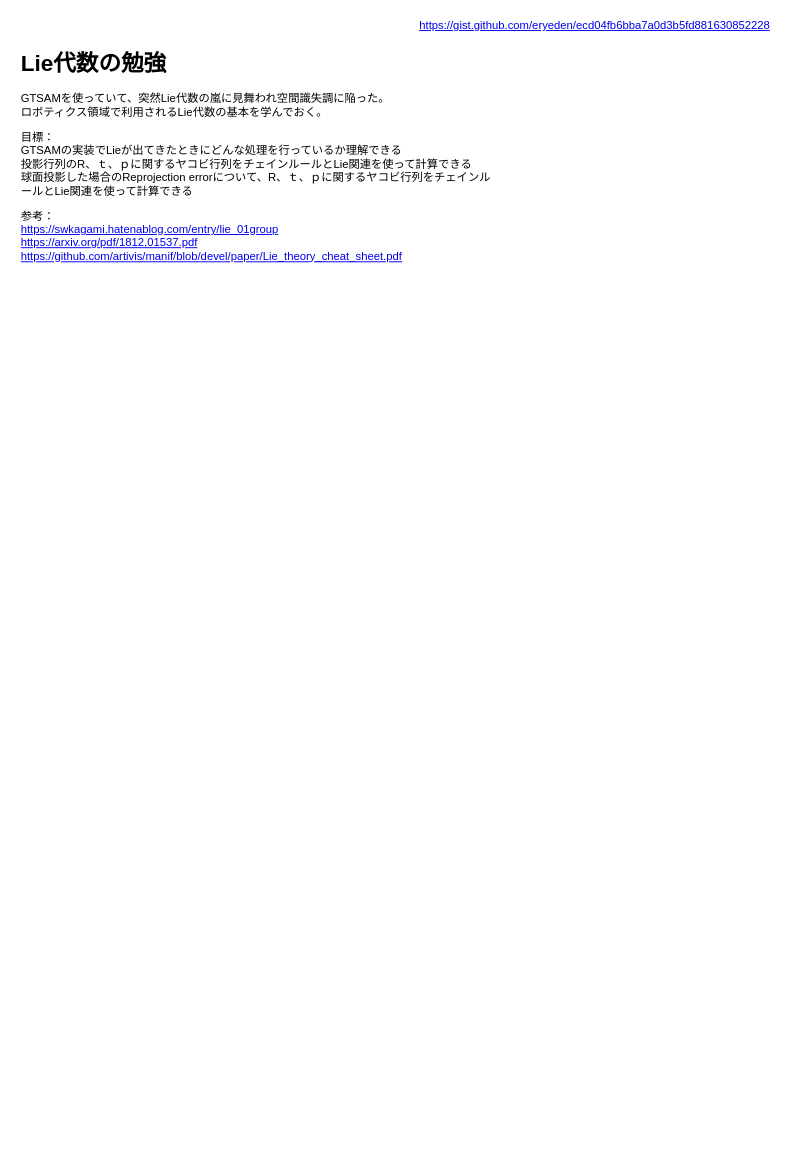
Before: docs/figs/lie.drawio in eryeden/vi-slam, a draw.io diagram. Source tidied: cells renumbered, new cells numbered last; positions are measured from the earlier drawing's top-left corner, leaving out a move shared by most shapes. Both pictures are drawn from the tidied source at 94%, with x=0, y=0 at pixel (16, 16). Pictures stored in the file or linked from it are replaced by grey dashed boxes.
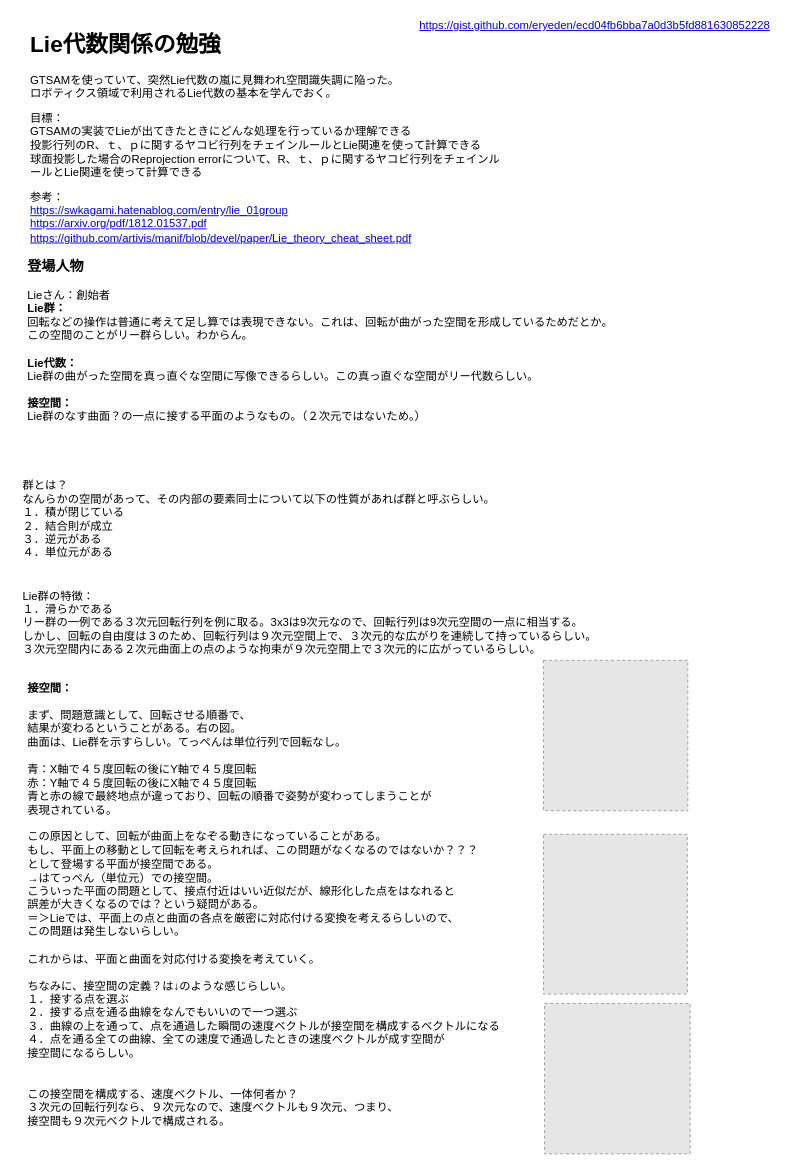
After the change.

Change to the diagram source:
```diff
@@
 <mxGraphModel>
   <root>
     <mxCell id="0" />
     <mxCell id="1" parent="0" />
-    <mxCell id="2" value="&lt;h1&gt;Lie代数の勉強&lt;/h1&gt;&lt;p&gt;GTSAMを使っていて、突然Lie代数の嵐に見舞われ空間識失調に陥った。&lt;br&gt;ロボティクス領域で利用されるLie代数の基本を学んでおく。&lt;/p&gt;&lt;p&gt;目標：&lt;br&gt;GTSAMの実装でLieが出てきたときにどんな処理を行っているか理解できる&lt;br&gt;投影行列のR、ｔ、ｐに関するヤコビ行列をチェインルールとLie関連を使って計算できる&lt;br&gt;球面投影した場合のReprojection errorについて、R、ｔ、ｐに関するヤコビ行列をチェインルールとLie関連を使って計算できる&lt;/p&gt;&lt;p&gt;参考：&lt;br&gt;&lt;a href=&quot;https://swkagami.hatenablog.com/entry/lie_01group&quot;&gt;https://swkagami.hatenablog.com/entry/lie_01group&lt;/a&gt;&lt;br&gt;&lt;a href=&quot;https://arxiv.org/pdf/1812.01537.pdf&quot;&gt;https://arxiv.org/pdf/1812.01537.pdf&lt;/a&gt;&lt;br&gt;&lt;a href=&quot;https://github.com/artivis/manif/blob/devel/paper/Lie_theory_cheat_sheet.pdf&quot;&gt;https://github.com/artivis/manif/blob/devel/paper/Lie_theory_cheat_sheet.pdf&lt;/a&gt;&lt;br&gt;&lt;br&gt;&lt;/p&gt;" style="text;html=1;strokeColor=none;fillColor=none;spacing=5;spacingTop=-20;whiteSpace=wrap;overflow=hidden;rounded=0;" parent="1" vertex="1">
-      <mxGeometry y="30" width="510" height="240" as="geometry" />
+    <mxCell id="2" value="&lt;h1&gt;Lie代数関係の勉強&lt;/h1&gt;&lt;p&gt;GTSAMを使っていて、突然Lie代数の嵐に見舞われ空間識失調に陥った。&lt;br&gt;ロボティクス領域で利用されるLie代数の基本を学んでおく。&lt;/p&gt;&lt;p&gt;目標：&lt;br&gt;GTSAMの実装でLieが出てきたときにどんな処理を行っているか理解できる&lt;br&gt;投影行列のR、ｔ、ｐに関するヤコビ行列をチェインルールとLie関連を使って計算できる&lt;br&gt;球面投影した場合のReprojection errorについて、R、ｔ、ｐに関するヤコビ行列をチェインルールとLie関連を使って計算できる&lt;/p&gt;&lt;p&gt;参考：&lt;br&gt;&lt;a href=&quot;https://swkagami.hatenablog.com/entry/lie_01group&quot;&gt;https://swkagami.hatenablog.com/entry/lie_01group&lt;/a&gt;&lt;br&gt;&lt;a href=&quot;https://arxiv.org/pdf/1812.01537.pdf&quot;&gt;https://arxiv.org/pdf/1812.01537.pdf&lt;/a&gt;&lt;br&gt;&lt;a href=&quot;https://github.com/artivis/manif/blob/devel/paper/Lie_theory_cheat_sheet.pdf&quot;&gt;https://github.com/artivis/manif/blob/devel/paper/Lie_theory_cheat_sheet.pdf&lt;/a&gt;&lt;br&gt;&lt;br&gt;&lt;/p&gt;" style="text;html=1;strokeColor=none;fillColor=none;spacing=5;spacingTop=-20;whiteSpace=wrap;overflow=hidden;rounded=0;" parent="1" vertex="1">
+      <mxGeometry x="10" y="10" width="510" height="240" as="geometry" />
     </mxCell>
     <mxCell id="3" value="&lt;a href=&quot;https://gist.github.com/eryeden/ecd04fb6bba7a0d3b5fd881630852228&quot;&gt;https://gist.github.com/eryeden/ecd04fb6bba7a0d3b5fd881630852228&lt;/a&gt;" style="text;html=1;align=center;verticalAlign=middle;" parent="1" vertex="1">
       <mxGeometry x="420" width="390" height="20" as="geometry" />
     </mxCell>
+    <mxCell id="4" value="&lt;font style=&quot;font-size: 15px&quot;&gt;&lt;b&gt;登場人物&lt;br&gt;&lt;/b&gt;&lt;/font&gt;&lt;br&gt;Lieさん：創始者&lt;br&gt;&lt;b&gt;Lie群：&lt;br&gt;&lt;/b&gt;回転などの操作は普通に考えて足し算では表現できない。これは、回転が曲がった空間を形成しているためだとか。&lt;br&gt;この空間のことがリー群らしい。わからん。&lt;br&gt;&lt;br&gt;&lt;b&gt;Lie代数：&lt;br&gt;&lt;/b&gt;Lie群の曲がった空間を真っ直ぐな空間に写像できるらしい。この真っ直ぐな空間がリー代数らしい。&lt;br&gt;&lt;br&gt;&lt;b&gt;接空間：&lt;br&gt;&lt;/b&gt;Lie群のなす曲面？の一点に接する平面のようなもの。（２次元ではないため。）" style="text;html=1;align=left;verticalAlign=middle;" parent="1" vertex="1">
+      <mxGeometry x="10" y="260" width="640" height="170" as="geometry" />
+    </mxCell>
+    <mxCell id="5" value="群とは？&lt;br&gt;なんらかの空間があって、その内部の要素同士について以下の性質があれば群と呼ぶらしい。&lt;br&gt;１．積が閉じている&lt;br&gt;２．結合則が成立&lt;br&gt;３．逆元がある&lt;br&gt;４．単位元がある" style="text;html=1;align=left;verticalAlign=middle;" parent="1" vertex="1">
+      <mxGeometry x="5" y="490" width="520" height="90" as="geometry" />
+    </mxCell>
+    <mxCell id="6" value="Lie群の特徴：&lt;br&gt;１．滑らかである&lt;br&gt;リー群の一例である３次元回転行列を例に取る。3x3は9次元なので、回転行列は9次元空間の一点に相当する。&lt;br&gt;しかし、回転の自由度は３のため、回転行列は９次元空間上で、３次元的な広がりを連続して持っているらしい。&lt;br&gt;３次元空間内にある２次元曲面上の点のような拘束が９次元空間上で３次元的に広がっているらしい。" style="text;html=1;align=left;verticalAlign=middle;" parent="1" vertex="1">
+      <mxGeometry x="5" y="605" width="630" height="80" as="geometry" />
+    </mxCell>
+    <mxCell id="7" style="fillColor=#E6E6E6;strokeColor=#999999;dashed=1;verticalLabelPosition=bottom;labelBackgroundColor=#ffffff;verticalAlign=top;" parent="1" vertex="1">
+      <mxGeometry x="560.7" y="685" width="153.5" height="160" as="geometry" />
+    </mxCell>
+    <mxCell id="8" style="fillColor=#E6E6E6;strokeColor=#999999;dashed=1;verticalLabelPosition=bottom;labelBackgroundColor=#ffffff;verticalAlign=top;" parent="1" vertex="1">
+      <mxGeometry x="561.8" y="1050" width="154.9" height="160" as="geometry" />
+    </mxCell>
+    <mxCell id="9" style="fillColor=#E6E6E6;strokeColor=#999999;dashed=1;verticalLabelPosition=bottom;labelBackgroundColor=#ffffff;verticalAlign=top;" parent="1" vertex="1">
+      <mxGeometry x="560.7" y="870" width="153" height="170" as="geometry" />
+    </mxCell>
+    <mxCell id="10" value="接空間：&lt;br&gt;&lt;span style=&quot;font-weight: normal&quot;&gt;&lt;br&gt;まず、問題意識として、回転させる順番で、&lt;br&gt;結果が変わるということがある。右の図。&lt;br&gt;曲面は、Lie群を示すらしい。てっぺんは単位行列で回転なし。&lt;br&gt;&lt;br&gt;青：X軸で４５度回転の後にY軸で４５度回転&lt;br&gt;赤：Y軸で４５度回転の後にX軸で４５度回転&lt;br&gt;青と赤の線で最終地点が違っており、回転の順番で姿勢が変わってしまうことが&lt;br&gt;表現されている。&lt;br&gt;&lt;br&gt;この原因として、回転が曲面上をなぞる動きになっていることがある。&lt;br&gt;もし、平面上の移動として回転を考えられれば、この問題がなくなるのではないか？？？&lt;br&gt;として登場する平面が接空間である。&lt;br&gt;→はてっぺん（単位元）での接空間。&lt;br&gt;こういった平面の問題として、接点付近はいい近似だが、線形化した点をはなれると&lt;br&gt;誤差が大きくなるのでは？という疑問がある。&lt;br&gt;＝＞Lieでは、平面上の点と曲面の各点を厳密に対応付ける変換を考えるらしいので、&lt;br&gt;この問題は発生しないらしい。&lt;br&gt;&lt;br&gt;これからは、平面と曲面を対応付ける変換を考えていく。&lt;br&gt;&lt;br&gt;ちなみに、接空間の定義？は↓のような感じらしい。&lt;br&gt;１．接する点を選ぶ&lt;br&gt;２．接する点を通る曲線をなんでもいいので一つ選ぶ&lt;br&gt;３．曲線の上を通って、点を通過した瞬間の速度ベクトルが接空間を構成するベクトルになる&lt;br&gt;４．点を通る全ての曲線、全ての速度で通過したときの速度ベクトルが成す空間が&lt;br&gt;接空間になるらしい。&lt;br&gt;&lt;br&gt;&lt;br&gt;この接空間を構成する、速度ベクトル、一体何者か？&lt;br&gt;３次元の回転行列なら、９次元なので、速度ベクトルも９次元、つまり、&lt;br&gt;接空間も９次元ベクトルで構成される。&lt;br&gt;&lt;/span&gt;" style="text;html=1;align=left;verticalAlign=middle;fontStyle=1;" parent="1" vertex="1">
+      <mxGeometry x="10" y="710" width="520" height="470" as="geometry" />
+    </mxCell>
   </root>
 </mxGraphModel>
```
